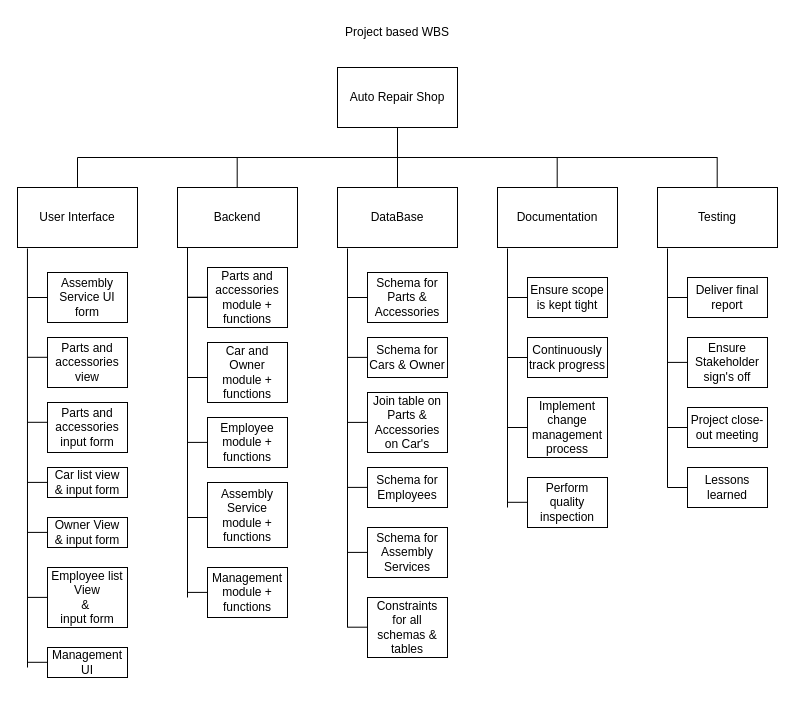
This is AutoRepairProjectBased.drawio from DylanBriSmith/4313Drawings, a draw.io file, before an edit. Source tidied: cells renumbered, new cells numbered last; positions are measured from the earlier drawing's top-left corner, leaving out a move shared by most shapes. Both pictures are drawn from the tidied source at 100%, with x=0, y=0 at pixel (17, 17).
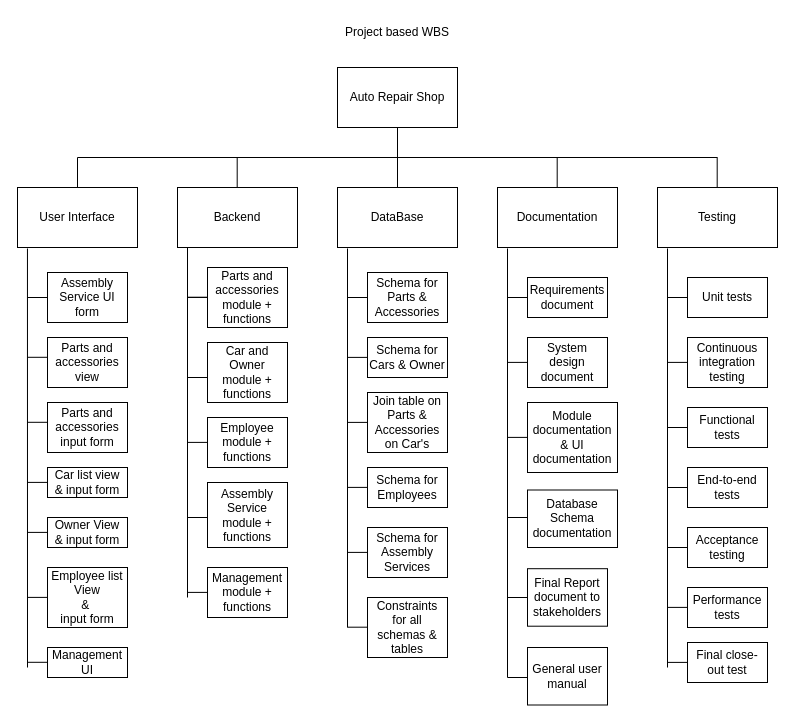
The same page after the edit.

Diff of the diagram source:
```diff
@@
-    <mxCell id="28" value="Ensure scope is kept tight" style="rounded=0;whiteSpace=wrap;html=1;" parent="1" vertex="1">
+    <mxCell id="28" value="Requirements document" style="rounded=0;whiteSpace=wrap;html=1;" parent="1" vertex="1">
       <mxGeometry x="510" y="260" width="80" height="40" as="geometry" />
     </mxCell>
-    <mxCell id="29" value="Continuously track progress" style="rounded=0;whiteSpace=wrap;html=1;" parent="1" vertex="1">
-      <mxGeometry x="510" y="320" width="80" height="40" as="geometry" />
+    <mxCell id="29" value="System design document" style="rounded=0;whiteSpace=wrap;html=1;" parent="1" vertex="1">
+      <mxGeometry x="510" y="320" width="80" height="50" as="geometry" />
     </mxCell>
-    <mxCell id="30" value="Implement change management process" style="rounded=0;whiteSpace=wrap;html=1;" parent="1" vertex="1">
-      <mxGeometry x="510" y="380" width="80" height="60" as="geometry" />
+    <mxCell id="30" value="Module documentation &amp;amp; UI documentation" style="rounded=0;whiteSpace=wrap;html=1;" parent="1" vertex="1">
+      <mxGeometry x="510" y="385" width="90" height="70" as="geometry" />
     </mxCell>
-    <mxCell id="31" value="Perform quality inspection" style="rounded=0;whiteSpace=wrap;html=1;" parent="1" vertex="1">
-      <mxGeometry x="510" y="460" width="80" height="50" as="geometry" />
+    <mxCell id="31" value="Database Schema documentation" style="rounded=0;whiteSpace=wrap;html=1;" parent="1" vertex="1">
+      <mxGeometry x="510" y="472.5" width="90" height="57.5" as="geometry" />
     </mxCell>
-    <mxCell id="32" value="Deliver final report" style="rounded=0;whiteSpace=wrap;html=1;" parent="1" vertex="1">
+    <mxCell id="32" value="Unit tests" style="rounded=0;whiteSpace=wrap;html=1;" parent="1" vertex="1">
       <mxGeometry x="670" y="260" width="80" height="40" as="geometry" />
     </mxCell>
-    <mxCell id="33" value="Ensure Stakeholder sign's off" style="rounded=0;whiteSpace=wrap;html=1;" parent="1" vertex="1">
+    <mxCell id="33" value="Continuous integration testing" style="rounded=0;whiteSpace=wrap;html=1;" parent="1" vertex="1">
       <mxGeometry x="670" y="320" width="80" height="50" as="geometry" />
     </mxCell>
-    <mxCell id="34" value="Project close-out meeting" style="rounded=0;whiteSpace=wrap;html=1;" parent="1" vertex="1">
+    <mxCell id="34" value="Functional tests" style="rounded=0;whiteSpace=wrap;html=1;" parent="1" vertex="1">
       <mxGeometry x="670" y="390" width="80" height="40" as="geometry" />
     </mxCell>
-    <mxCell id="35" value="Lessons learned" style="rounded=0;whiteSpace=wrap;html=1;" parent="1" vertex="1">
+    <mxCell id="35" value="End-to-end tests" style="rounded=0;whiteSpace=wrap;html=1;" parent="1" vertex="1">
       <mxGeometry x="670" y="450" width="80" height="40" as="geometry" />
     </mxCell>
@@
     <mxCell id="39" style="endArrow=none;html=1;rounded=0;entryX=0.083;entryY=1.017;entryDx=0;entryDy=0;entryPerimeter=0;" parent="1" edge="1">
       <mxGeometry relative="1" as="geometry">
-        <mxPoint x="490" y="490" as="sourcePoint" />
+        <mxPoint x="490" y="660" as="sourcePoint" />
         <mxPoint x="490" y="231" as="targetPoint" />
       </mxGeometry>
     </mxCell>
     <mxCell id="40" style="endArrow=none;html=1;rounded=0;entryX=0.083;entryY=1.017;entryDx=0;entryDy=0;entryPerimeter=0;" parent="1" edge="1">
       <mxGeometry relative="1" as="geometry">
-        <mxPoint x="650" y="470" as="sourcePoint" />
+        <mxPoint x="650" y="650" as="sourcePoint" />
         <mxPoint x="650" y="231" as="targetPoint" />
       </mxGeometry>
     </mxCell>
@@
     <mxCell id="56" style="endArrow=none;html=1;rounded=0;entryX=0;entryY=0.5;entryDx=0;entryDy=0;" parent="1" edge="1">
       <mxGeometry relative="1" as="geometry">
-        <mxPoint x="490" y="340" as="sourcePoint" />
-        <mxPoint x="510" y="340" as="targetPoint" />
+        <mxPoint x="490" y="344.9" as="sourcePoint" />
+        <mxPoint x="510" y="344.9" as="targetPoint" />
       </mxGeometry>
     </mxCell>
     <mxCell id="57" style="endArrow=none;html=1;rounded=0;entryX=0;entryY=0.5;entryDx=0;entryDy=0;" parent="1" edge="1">
       <mxGeometry relative="1" as="geometry">
-        <mxPoint x="490" y="410" as="sourcePoint" />
-        <mxPoint x="510" y="410" as="targetPoint" />
+        <mxPoint x="490" y="419.9" as="sourcePoint" />
+        <mxPoint x="510" y="419.9" as="targetPoint" />
       </mxGeometry>
     </mxCell>
     <mxCell id="58" style="endArrow=none;html=1;rounded=0;entryX=0;entryY=0.5;entryDx=0;entryDy=0;" parent="1" edge="1">
       <mxGeometry relative="1" as="geometry">
-        <mxPoint x="490" y="484.8" as="sourcePoint" />
-        <mxPoint x="510" y="484.8" as="targetPoint" />
+        <mxPoint x="490" y="500" as="sourcePoint" />
+        <mxPoint x="510" y="500" as="targetPoint" />
       </mxGeometry>
     </mxCell>
@@
+    <mxCell id="74" value="Final Report document to stakeholders" style="rounded=0;whiteSpace=wrap;html=1;" parent="1" vertex="1">
+      <mxGeometry x="510" y="551.2" width="80" height="57.5" as="geometry" />
+    </mxCell>
+    <mxCell id="75" value="General user manual" style="rounded=0;whiteSpace=wrap;html=1;" parent="1" vertex="1">
+      <mxGeometry x="510" y="630" width="80" height="57.5" as="geometry" />
+    </mxCell>
+    <mxCell id="76" style="endArrow=none;html=1;rounded=0;entryX=0;entryY=0.5;entryDx=0;entryDy=0;" parent="1" edge="1">
+      <mxGeometry relative="1" as="geometry">
+        <mxPoint x="490" y="580" as="sourcePoint" />
+        <mxPoint x="510" y="580" as="targetPoint" />
+      </mxGeometry>
+    </mxCell>
+    <mxCell id="77" style="endArrow=none;html=1;rounded=0;entryX=0;entryY=0.5;entryDx=0;entryDy=0;" parent="1" edge="1">
+      <mxGeometry relative="1" as="geometry">
+        <mxPoint x="490" y="660" as="sourcePoint" />
+        <mxPoint x="510" y="660" as="targetPoint" />
+      </mxGeometry>
+    </mxCell>
+    <mxCell id="78" value="Acceptance testing" style="rounded=0;whiteSpace=wrap;html=1;" parent="1" vertex="1">
+      <mxGeometry x="670" y="510" width="80" height="40" as="geometry" />
+    </mxCell>
+    <mxCell id="79" value="Performance tests" style="rounded=0;whiteSpace=wrap;html=1;" parent="1" vertex="1">
+      <mxGeometry x="670" y="570" width="80" height="40" as="geometry" />
+    </mxCell>
+    <mxCell id="80" value="Final close-out test" style="rounded=0;whiteSpace=wrap;html=1;" parent="1" vertex="1">
+      <mxGeometry x="670" y="625" width="80" height="40" as="geometry" />
+    </mxCell>
+    <mxCell id="81" style="endArrow=none;html=1;rounded=0;entryX=0;entryY=0.5;entryDx=0;entryDy=0;" parent="1" edge="1">
+      <mxGeometry relative="1" as="geometry">
+        <mxPoint x="650" y="644.9" as="sourcePoint" />
+        <mxPoint x="670" y="644.9" as="targetPoint" />
+      </mxGeometry>
+    </mxCell>
+    <mxCell id="82" style="endArrow=none;html=1;rounded=0;entryX=0;entryY=0.5;entryDx=0;entryDy=0;" parent="1" edge="1">
+      <mxGeometry relative="1" as="geometry">
+        <mxPoint x="650" y="589.9" as="sourcePoint" />
+        <mxPoint x="670" y="589.9" as="targetPoint" />
+      </mxGeometry>
+    </mxCell>
+    <mxCell id="83" style="endArrow=none;html=1;rounded=0;entryX=0;entryY=0.5;entryDx=0;entryDy=0;" parent="1" edge="1">
+      <mxGeometry relative="1" as="geometry">
+        <mxPoint x="650" y="530" as="sourcePoint" />
+        <mxPoint x="670" y="530" as="targetPoint" />
+      </mxGeometry>
+    </mxCell>
```
